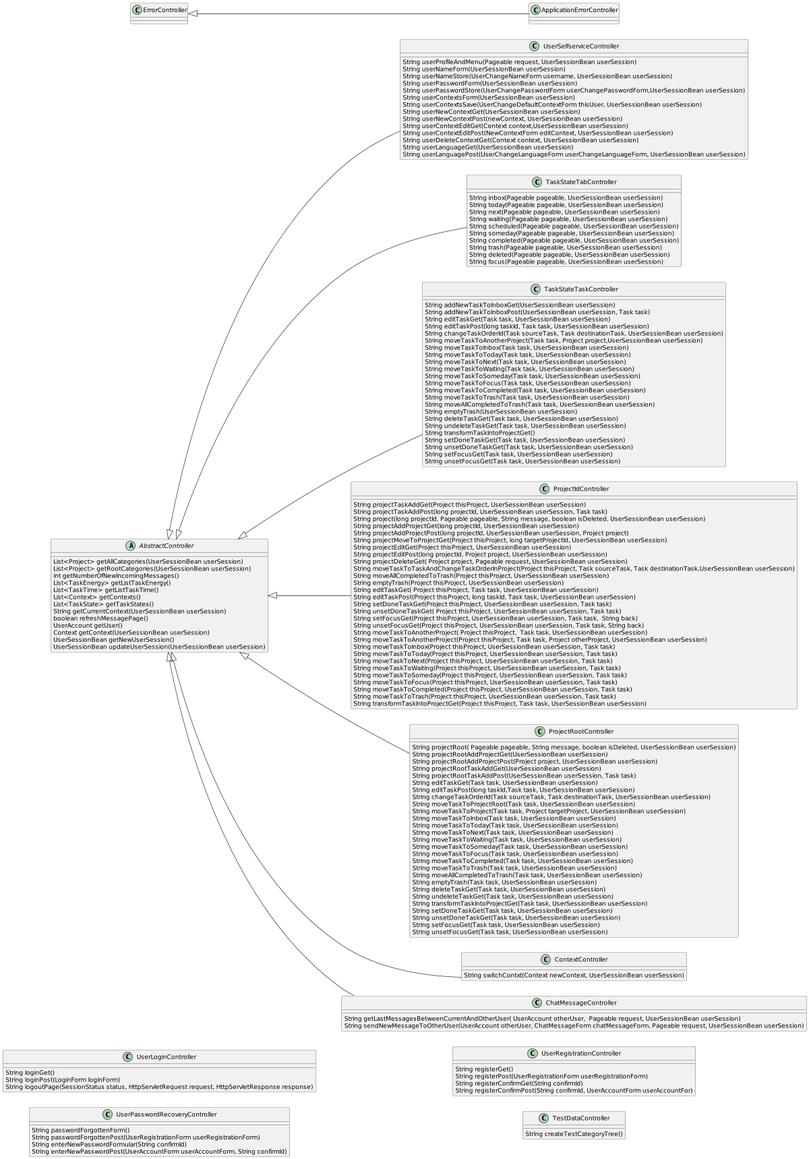
The PlantUML diagram src/main/resources/static/img/plantuml/Simpleworklist__Service_Classes_Controller.png in Spring-Framework-Java-Apps/simpleworklist, before a commit.
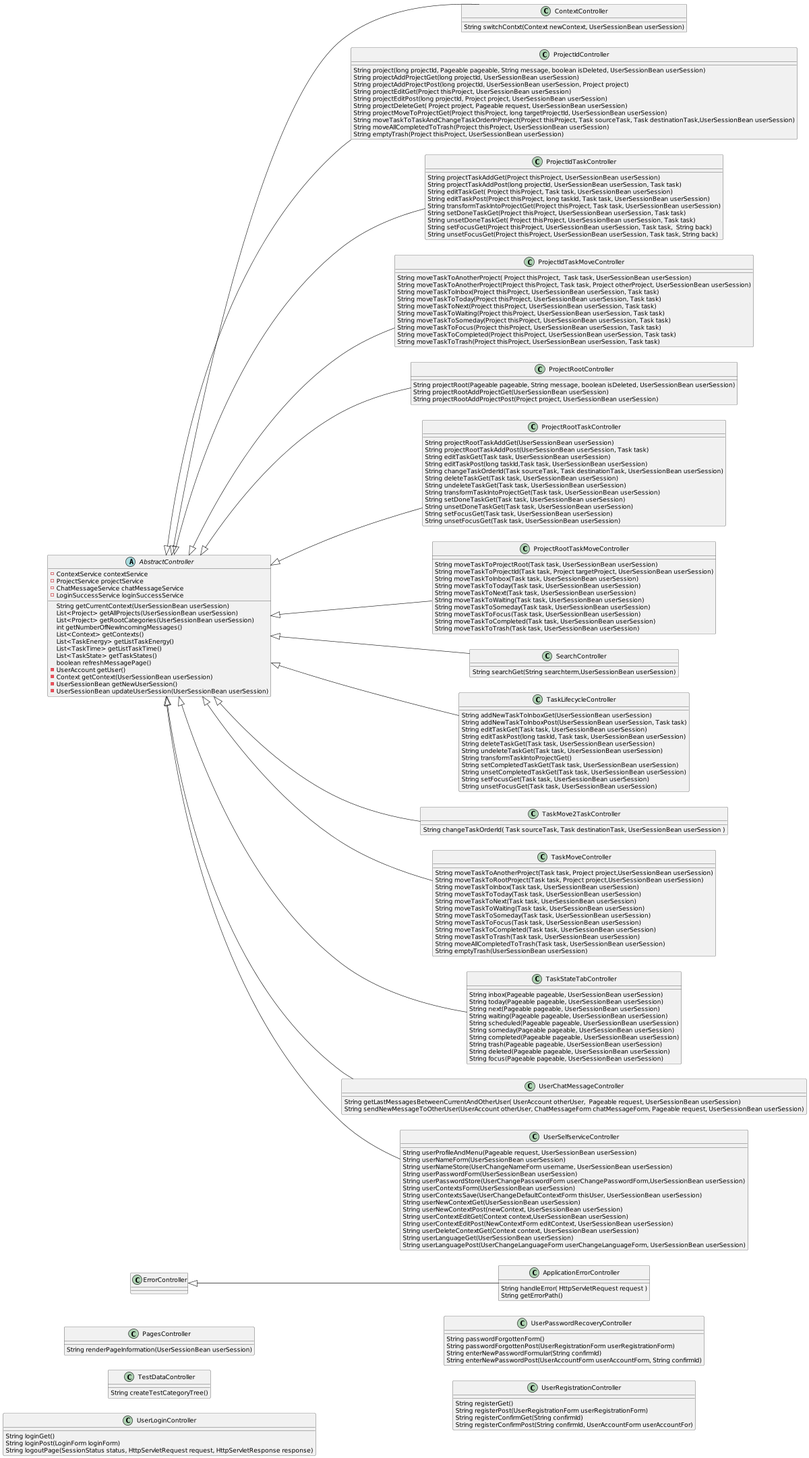
The same diagram one commit later.

What changed in the source:
```diff
@@ -4,31 +4,188 @@
 
 scale 1200 width
 
+ErrorController    <|-- ApplicationErrorController
+AbstractController <|-- ContextController
+AbstractController <|-- ProjectIdController
+AbstractController <|-- ProjectIdTaskController
+AbstractController <|-- ProjectIdTaskMoveController
+AbstractController <|-- ProjectRootController
+AbstractController <|-- ProjectRootTaskController
+AbstractController <|-- ProjectRootTaskMoveController
+AbstractController <|-- SearchController
+AbstractController <|-- TaskLifecycleController
+AbstractController <|-- TaskMove2TaskController
+AbstractController <|-- TaskMoveController
+AbstractController <|-- TaskStateTabController
+AbstractController <|-- UserChatMessageController
 AbstractController <|-- UserSelfserviceController
-AbstractController <|-- TaskStateTabController
-AbstractController <|-- TaskStateTaskController
-AbstractController <|-- ProjectIdController
-AbstractController <|-- ProjectRootController
-AbstractController <|-- ContextController
-AbstractController <|-- ChatMessageController
-ErrorController    <|-- ApplicationErrorController
+
 
 abstract class AbstractController {
-  List<Project> getAllCategories(UserSessionBean userSession)
-  List<Project> getRootCategories(UserSessionBean userSession)
-  int getNumberOfNewIncomingMessages()
-  List<TaskEnergy> getListTaskEnergy()
-  List<TaskTime> getListTaskTime()
-  List<Context> getContexts()
-  List<TaskState> getTaskStates()
-  String getCurrentContext(UserSessionBean userSession)
-  boolean refreshMessagePage()
-  UserAccount getUser()
-  Context getContext(UserSessionBean userSession)
-  UserSessionBean getNewUserSession()
-  UserSessionBean updateUserSession(UserSessionBean userSession)
+    - ContextService contextService
+    - ProjectService projectService
+    - ChatMessageService chatMessageService
+    - LoginSuccessService loginSuccessService
+
+    String getCurrentContext(UserSessionBean userSession)
+    List<Project> getAllProjects(UserSessionBean userSession)
+    List<Project> getRootCategories(UserSessionBean userSession)
+    int getNumberOfNewIncomingMessages()
+    List<Context> getContexts()
+    List<TaskEnergy> getListTaskEnergy()
+    List<TaskTime> getListTaskTime()
+    List<TaskState> getTaskStates()
+    boolean refreshMessagePage()
+    - UserAccount getUser()
+    - Context getContext(UserSessionBean userSession)
+    - UserSessionBean getNewUserSession()
+    - UserSessionBean updateUserSession(UserSessionBean userSession)
 }
-
+class ApplicationErrorController {
+  String handleError( HttpServletRequest request )
+  String getErrorPath()
+}
+class ContextController {
+  String switchContxt(Context newContext, UserSessionBean userSession)
+}
+class PagesController {
+  String renderPageInformation(UserSessionBean userSession)
+}
+class ProjectIdController {
+  String project(long projectId, Pageable pageable, String message, boolean isDeleted, UserSessionBean userSession)
+  String projectAddProjectGet(long projectId, UserSessionBean userSession)
+  String projectAddProjectPost(long projectId, UserSessionBean userSession, Project project)
+  String projectEditGet(Project thisProject, UserSessionBean userSession)
+  String projectEditPost(long projectId, Project project, UserSessionBean userSession)
+  String projectDeleteGet( Project project, Pageable request, UserSessionBean userSession)
+  String projectMoveToProjectGet(Project thisProject, long targetProjectId, UserSessionBean userSession)
+  String moveTaskToTaskAndChangeTaskOrderInProject(Project thisProject, Task sourceTask, Task destinationTask,UserSessionBean userSession)
+  String moveAllCompletedToTrash(Project thisProject, UserSessionBean userSession)
+  String emptyTrash(Project thisProject, UserSessionBean userSession)
+}
+class ProjectIdTaskController {
+  String projectTaskAddGet(Project thisProject, UserSessionBean userSession)
+  String projectTaskAddPost(long projectId, UserSessionBean userSession, Task task)
+  String editTaskGet( Project thisProject, Task task, UserSessionBean userSession)
+  String editTaskPost(Project thisProject, long taskId, Task task, UserSessionBean userSession)
+  String transformTaskIntoProjectGet(Project thisProject, Task task, UserSessionBean userSession)
+  String setDoneTaskGet(Project thisProject, UserSessionBean userSession, Task task)
+  String unsetDoneTaskGet( Project thisProject, UserSessionBean userSession, Task task)
+  String setFocusGet(Project thisProject, UserSessionBean userSession, Task task,  String back)
+  String unsetFocusGet(Project thisProject, UserSessionBean userSession, Task task, String back)
+}
+class ProjectIdTaskMoveController {
+  String moveTaskToAnotherProject( Project thisProject,  Task task, UserSessionBean userSession)
+  String moveTaskToAnotherProject(Project thisProject, Task task, Project otherProject, UserSessionBean userSession)
+  String moveTaskToInbox(Project thisProject, UserSessionBean userSession, Task task)
+  String moveTaskToToday(Project thisProject, UserSessionBean userSession, Task task)
+  String moveTaskToNext(Project thisProject, UserSessionBean userSession, Task task)
+  String moveTaskToWaiting(Project thisProject, UserSessionBean userSession, Task task)
+  String moveTaskToSomeday(Project thisProject, UserSessionBean userSession, Task task)
+  String moveTaskToFocus(Project thisProject, UserSessionBean userSession, Task task)
+  String moveTaskToCompleted(Project thisProject, UserSessionBean userSession, Task task)
+  String moveTaskToTrash(Project thisProject, UserSessionBean userSession, Task task)
+}
+class ProjectRootController {
+  String projectRoot(Pageable pageable, String message, boolean isDeleted, UserSessionBean userSession)
+  String projectRootAddProjectGet(UserSessionBean userSession)
+  String projectRootAddProjectPost(Project project, UserSessionBean userSession)
+}
+class ProjectRootTaskController {
+  String projectRootTaskAddGet(UserSessionBean userSession)
+  String projectRootTaskAddPost(UserSessionBean userSession, Task task)
+  String editTaskGet(Task task, UserSessionBean userSession)
+  String editTaskPost(long taskId,Task task, UserSessionBean userSession)
+  String changeTaskOrderId(Task sourceTask, Task destinationTask, UserSessionBean userSession)
+  String deleteTaskGet(Task task, UserSessionBean userSession)
+  String undeleteTaskGet(Task task, UserSessionBean userSession)
+  String transformTaskIntoProjectGet(Task task, UserSessionBean userSession)
+  String setDoneTaskGet(Task task, UserSessionBean userSession)
+  String unsetDoneTaskGet(Task task, UserSessionBean userSession)
+  String setFocusGet(Task task, UserSessionBean userSession)
+  String unsetFocusGet(Task task, UserSessionBean userSession)
+}
+class ProjectRootTaskMoveController {
+  String moveTaskToProjectRoot(Task task, UserSessionBean userSession)
+  String moveTaskToProjectId(Task task, Project targetProject, UserSessionBean userSession)
+  String moveTaskToInbox(Task task, UserSessionBean userSession)
+  String moveTaskToToday(Task task, UserSessionBean userSession)
+  String moveTaskToNext(Task task, UserSessionBean userSession)
+  String moveTaskToWaiting(Task task, UserSessionBean userSession)
+  String moveTaskToSomeday(Task task, UserSessionBean userSession)
+  String moveTaskToFocus(Task task, UserSessionBean userSession)
+  String moveTaskToCompleted(Task task, UserSessionBean userSession)
+  String moveTaskToTrash(Task task, UserSessionBean userSession)
+}
+class SearchController {
+  String searchGet(String searchterm,UserSessionBean userSession)
+}
+class TaskLifecycleController {
+  String addNewTaskToInboxGet(UserSessionBean userSession)
+  String addNewTaskToInboxPost(UserSessionBean userSession, Task task)
+  String editTaskGet(Task task, UserSessionBean userSession)
+  String editTaskPost(long taskId, Task task, UserSessionBean userSession)
+  String deleteTaskGet(Task task, UserSessionBean userSession)
+  String undeleteTaskGet(Task task, UserSessionBean userSession)
+  String transformTaskIntoProjectGet()
+  String setCompletedTaskGet(Task task, UserSessionBean userSession)
+  String unsetCompletedTaskGet(Task task, UserSessionBean userSession)
+  String setFocusGet(Task task, UserSessionBean userSession)
+  String unsetFocusGet(Task task, UserSessionBean userSession)
+}
+class TaskMove2TaskController {
+  String changeTaskOrderId( Task sourceTask, Task destinationTask, UserSessionBean userSession )
+}
+class TaskMoveController {
+  String moveTaskToAnotherProject(Task task, Project project,UserSessionBean userSession)
+  String moveTaskToRootProject(Task task, Project project,UserSessionBean userSession)
+  String moveTaskToInbox(Task task, UserSessionBean userSession)
+  String moveTaskToToday(Task task, UserSessionBean userSession)
+  String moveTaskToNext(Task task, UserSessionBean userSession)
+  String moveTaskToWaiting(Task task, UserSessionBean userSession)
+  String moveTaskToSomeday(Task task, UserSessionBean userSession)
+  String moveTaskToFocus(Task task, UserSessionBean userSession)
+  String moveTaskToCompleted(Task task, UserSessionBean userSession)
+  String moveTaskToTrash(Task task, UserSessionBean userSession)
+  String moveAllCompletedToTrash(Task task, UserSessionBean userSession)
+  String emptyTrash(UserSessionBean userSession)
+}
+class TaskStateTabController {
+ String inbox(Pageable pageable, UserSessionBean userSession)
+ String today(Pageable pageable, UserSessionBean userSession)
+ String next(Pageable pageable, UserSessionBean userSession)
+ String waiting(Pageable pageable, UserSessionBean userSession)
+ String scheduled(Pageable pageable, UserSessionBean userSession)
+ String someday(Pageable pageable, UserSessionBean userSession)
+ String completed(Pageable pageable, UserSessionBean userSession)
+ String trash(Pageable pageable, UserSessionBean userSession)
+ String deleted(Pageable pageable, UserSessionBean userSession)
+ String focus(Pageable pageable, UserSessionBean userSession)
+}
+class TestDataController {
+  String createTestCategoryTree()
+}
+class UserChatMessageController {
+  String getLastMessagesBetweenCurrentAndOtherUser( UserAccount otherUser,  Pageable request, UserSessionBean userSession)
+  String sendNewMessageToOtherUser(UserAccount otherUser, ChatMessageForm chatMessageForm, Pageable request, UserSessionBean userSession)
+}
+class UserLoginController {
+  String loginGet()
+  String loginPost(LoginForm loginForm)
+  String logoutPage(SessionStatus status, HttpServletRequest request, HttpServletResponse response)
+}
+class UserPasswordRecoveryController {
+  String passwordForgottenForm()
+  String passwordForgottenPost(UserRegistrationForm userRegistrationForm)
+  String enterNewPasswordFormular(String confirmId)
+  String enterNewPasswordPost(UserAccountForm userAccountForm, String confirmId)
+}
+class UserRegistrationController {
+  String registerGet()
+  String registerPost(UserRegistrationForm userRegistrationForm)
+  String registerConfirmGet(String confirmId)
+  String registerConfirmPost(String confirmId, UserAccountForm userAccountFor)
+}
 class UserSelfserviceController {
   String userProfileAndMenu(Pageable request, UserSessionBean userSession)
   String userNameForm(UserSessionBean userSession)
@@ -46,138 +203,4 @@
   String userLanguagePost(UserChangeLanguageForm userChangeLanguageForm, UserSessionBean userSession)
 }
 
-class UserLoginController {
-  String loginGet()
-  String loginPost(LoginForm loginForm)
-  String logoutPage(SessionStatus status, HttpServletRequest request, HttpServletResponse response)
-}
-
-class UserPasswordRecoveryController {
-  String passwordForgottenForm()
-  String passwordForgottenPost(UserRegistrationForm userRegistrationForm)
-  String enterNewPasswordFormular(String confirmId)
-  String enterNewPasswordPost(UserAccountForm userAccountForm, String confirmId)
-}
-
-class UserRegistrationController {
-  String registerGet()
-  String registerPost(UserRegistrationForm userRegistrationForm)
-  String registerConfirmGet(String confirmId)
-  String registerConfirmPost(String confirmId, UserAccountForm userAccountFor)
-}
-
-class TestDataController {
-  String createTestCategoryTree()
-}
-
-class TaskStateTabController {
- String inbox(Pageable pageable, UserSessionBean userSession)
- String today(Pageable pageable, UserSessionBean userSession)
- String next(Pageable pageable, UserSessionBean userSession)
- String waiting(Pageable pageable, UserSessionBean userSession)
- String scheduled(Pageable pageable, UserSessionBean userSession)
- String someday(Pageable pageable, UserSessionBean userSession)
- String completed(Pageable pageable, UserSessionBean userSession)
- String trash(Pageable pageable, UserSessionBean userSession)
- String deleted(Pageable pageable, UserSessionBean userSession)
- String focus(Pageable pageable, UserSessionBean userSession)
-}
-
-class TaskStateTaskController {
-  String addNewTaskToInboxGet(UserSessionBean userSession)
-  String addNewTaskToInboxPost(UserSessionBean userSession, Task task)
-  String editTaskGet(Task task, UserSessionBean userSession)
-  String editTaskPost(long taskId, Task task, UserSessionBean userSession)
-  String changeTaskOrderId(Task sourceTask, Task destinationTask, UserSessionBean userSession)
-  String moveTaskToAnotherProject(Task task, Project project,UserSessionBean userSession)
-  String moveTaskToInbox(Task task, UserSessionBean userSession)
-  String moveTaskToToday(Task task, UserSessionBean userSession)
-  String moveTaskToNext(Task task, UserSessionBean userSession)
-  String moveTaskToWaiting(Task task, UserSessionBean userSession)
-  String moveTaskToSomeday(Task task, UserSessionBean userSession)
-  String moveTaskToFocus(Task task, UserSessionBean userSession)
-  String moveTaskToCompleted(Task task, UserSessionBean userSession)
-  String moveTaskToTrash(Task task, UserSessionBean userSession)
-  String moveAllCompletedToTrash(Task task, UserSessionBean userSession)
-  String emptyTrash(UserSessionBean userSession)
-  String deleteTaskGet(Task task, UserSessionBean userSession)
-  String undeleteTaskGet(Task task, UserSessionBean userSession)
-  String transformTaskIntoProjectGet()
-  String setDoneTaskGet(Task task, UserSessionBean userSession)
-  String unsetDoneTaskGet(Task task, UserSessionBean userSession)
-  String setFocusGet(Task task, UserSessionBean userSession)
-  String unsetFocusGet(Task task, UserSessionBean userSession)
-}
-
-class ProjectIdController {
-  String projectTaskAddGet(Project thisProject, UserSessionBean userSession)
-  String projectTaskAddPost(long projectId, UserSessionBean userSession, Task task)
-  String project(long projectId, Pageable pageable, String message, boolean isDeleted, UserSessionBean userSession)
-  String projectAddProjectGet(long projectId, UserSessionBean userSession)
-  String projectAddProjectPost(long projectId, UserSessionBean userSession, Project project)
-  String projectMoveToProjectGet(Project thisProject, long targetProjectId, UserSessionBean userSession)
-  String projectEditGet(Project thisProject, UserSessionBean userSession)
-  String projectEditPost(long projectId, Project project, UserSessionBean userSession)
-  String projectDeleteGet( Project project, Pageable request, UserSessionBean userSession)
-  String moveTaskToTaskAndChangeTaskOrderInProject(Project thisProject, Task sourceTask, Task destinationTask,UserSessionBean userSession)
-  String moveAllCompletedToTrash(Project thisProject, UserSessionBean userSession)
-  String emptyTrash(Project thisProject, UserSessionBean userSession)
-  String editTaskGet( Project thisProject, Task task, UserSessionBean userSession)
-  String editTaskPost(Project thisProject, long taskId, Task task, UserSessionBean userSession)
-  String setDoneTaskGet(Project thisProject, UserSessionBean userSession, Task task)
-  String unsetDoneTaskGet( Project thisProject, UserSessionBean userSession, Task task)
-  String setFocusGet(Project thisProject, UserSessionBean userSession, Task task,  String back)
-  String unsetFocusGet(Project thisProject, UserSessionBean userSession, Task task, String back)
-  String moveTaskToAnotherProject( Project thisProject,  Task task, UserSessionBean userSession)
-  String moveTaskToAnotherProject(Project thisProject, Task task, Project otherProject, UserSessionBean userSession)
-  String moveTaskToInbox(Project thisProject, UserSessionBean userSession, Task task)
-  String moveTaskToToday(Project thisProject, UserSessionBean userSession, Task task)
-  String moveTaskToNext(Project thisProject, UserSessionBean userSession, Task task)
-  String moveTaskToWaiting(Project thisProject, UserSessionBean userSession, Task task)
-  String moveTaskToSomeday(Project thisProject, UserSessionBean userSession, Task task)
-  String moveTaskToFocus(Project thisProject, UserSessionBean userSession, Task task)
-  String moveTaskToCompleted(Project thisProject, UserSessionBean userSession, Task task)
-  String moveTaskToTrash(Project thisProject, UserSessionBean userSession, Task task)
-  String transformTaskIntoProjectGet(Project thisProject, Task task, UserSessionBean userSession)
-}
-
-class ProjectRootController {
-  String projectRoot( Pageable pageable, String message, boolean isDeleted, UserSessionBean userSession)
-  String projectRootAddProjectGet(UserSessionBean userSession)
-  String projectRootAddProjectPost(Project project, UserSessionBean userSession)
-  String projectRootTaskAddGet(UserSessionBean userSession)
-  String projectRootTaskAddPost(UserSessionBean userSession, Task task)
-  String editTaskGet(Task task, UserSessionBean userSession)
-  String editTaskPost(long taskId,Task task, UserSessionBean userSession)
-  String changeTaskOrderId(Task sourceTask, Task destinationTask, UserSessionBean userSession)
-  String moveTaskToProjectRoot(Task task, UserSessionBean userSession)
-  String moveTaskToProject(Task task, Project targetProject, UserSessionBean userSession)
-  String moveTaskToInbox(Task task, UserSessionBean userSession)
-  String moveTaskToToday(Task task, UserSessionBean userSession)
-  String moveTaskToNext(Task task, UserSessionBean userSession)
-  String moveTaskToWaiting(Task task, UserSessionBean userSession)
-  String moveTaskToSomeday(Task task, UserSessionBean userSession)
-  String moveTaskToFocus(Task task, UserSessionBean userSession)
-  String moveTaskToCompleted(Task task, UserSessionBean userSession)
-  String moveTaskToTrash(Task task, UserSessionBean userSession)
-  String moveAllCompletedToTrash(Task task, UserSessionBean userSession)
-  String emptyTrash(Task task, UserSessionBean userSession)
-  String deleteTaskGet(Task task, UserSessionBean userSession)
-  String undeleteTaskGet(Task task, UserSessionBean userSession)
-  String transformTaskIntoProjectGet(Task task, UserSessionBean userSession)
-  String setDoneTaskGet(Task task, UserSessionBean userSession)
-  String unsetDoneTaskGet(Task task, UserSessionBean userSession)
-  String setFocusGet(Task task, UserSessionBean userSession)
-  String unsetFocusGet(Task task, UserSessionBean userSession)
-}
-
-class ContextController {
-  String switchContxt(Context newContext, UserSessionBean userSession)
-}
-
-class ChatMessageController {
-  String getLastMessagesBetweenCurrentAndOtherUser( UserAccount otherUser,  Pageable request, UserSessionBean userSession)
-  String sendNewMessageToOtherUser(UserAccount otherUser, ChatMessageForm chatMessageForm, Pageable request, UserSessionBean userSession)
-}
-
 @enduml
```
